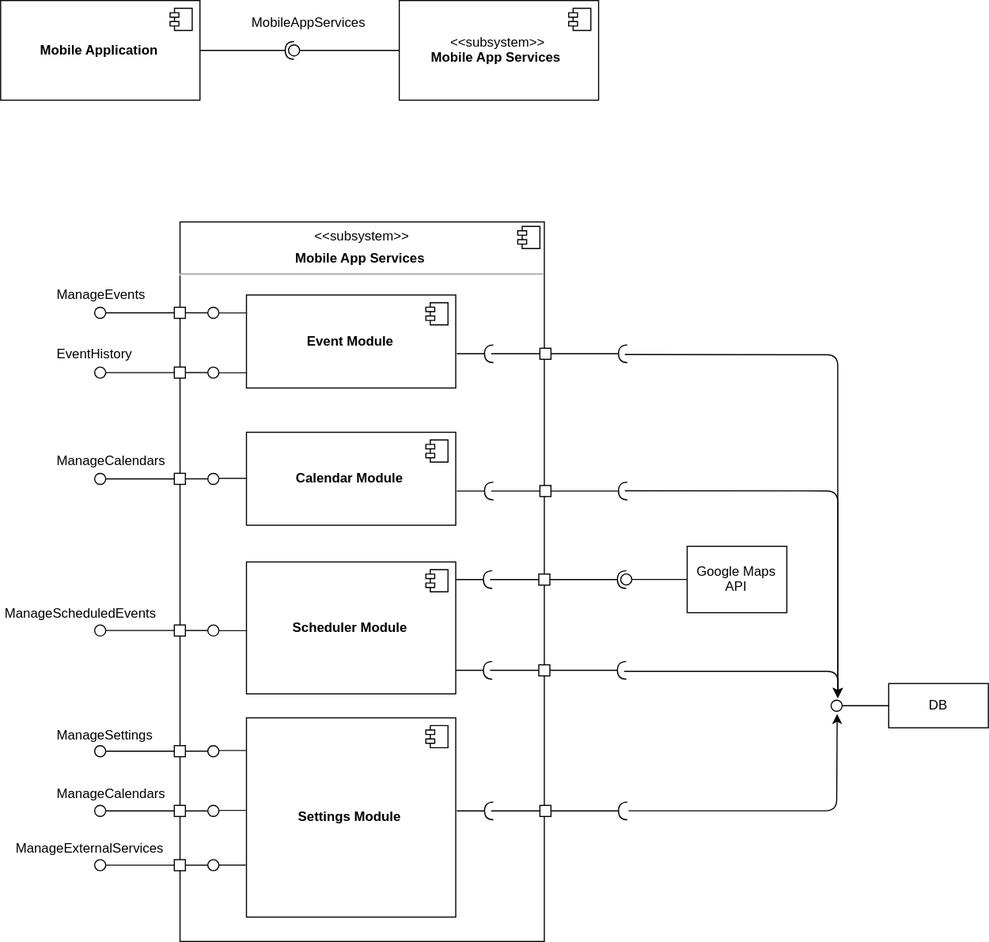
The draw.io diagram DD/Schemas/component.svg in fila95/TravlendarPlus, before a commit. Source tidied: cells renumbered, new cells last; positions are measured from the earlier drawing's top-left corner, leaving out a move shared by most shapes.
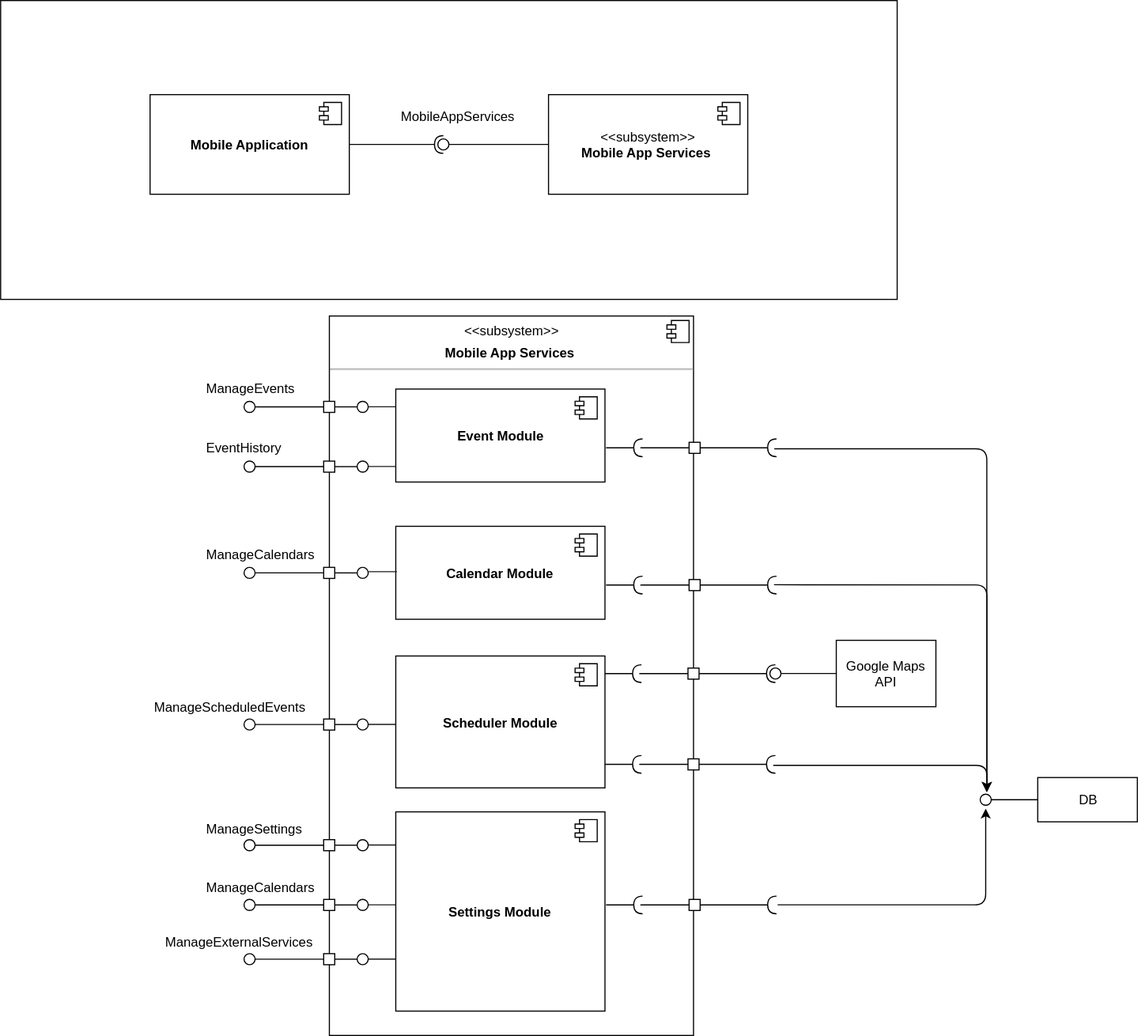
The same file after the commit.

Diff of the diagram source:
```diff
@@ -2,6 +2,9 @@
   <root>
     <mxCell id="0" />
     <mxCell id="1" parent="0" />
+    <mxCell id="84" style="rounded=0;whiteSpace=wrap;html=1;align=center;" parent="1" vertex="1">
+      <mxGeometry x="-135" y="-85" width="810" height="270" as="geometry" />
+    </mxCell>
     <mxCell id="2" value="&lt;p&gt;&amp;lt;&amp;lt;subsystem&amp;gt;&amp;gt;&lt;br&gt;&lt;b&gt;Mobile App Services&amp;nbsp;&lt;/b&gt;&lt;/p&gt;" style="html=1;align=center;" parent="1" vertex="1">
       <mxGeometry x="360" width="180" height="90" as="geometry" />
     </mxCell>
```
